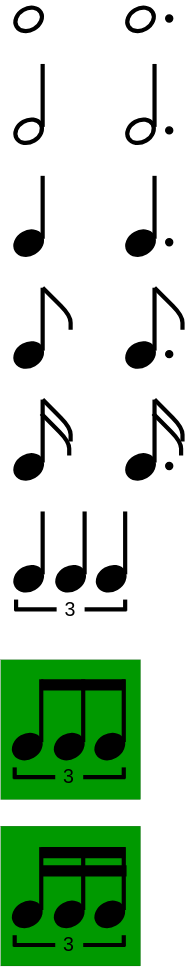
Earlier version of the draw.io export public/functional_harmony/6.drawio.svg (kako-jun/sid-note). Source tidied: cells renumbered, new cells last; positions are measured from the earlier drawing's top-left corner, leaving out a move shared by most shapes.
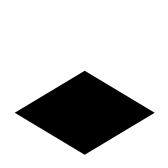
After the change.

Diff of the diagram source:
```diff
@@ -2,332 +2,11 @@
   <root>
     <mxCell id="0" />
     <mxCell id="1" parent="0" />
-    <mxCell id="2" style="whiteSpace=wrap;html=1;fillColor=#009900;strokeWidth=0;" parent="1" vertex="1">
-      <mxGeometry y="585" width="100" height="100" as="geometry" />
+    <mxCell id="2" style="whiteSpace=wrap;html=1;fillColor=none;strokeWidth=0;strokeColor=none;" parent="1" vertex="1">
+      <mxGeometry y="585" width="120" height="120" as="geometry" />
     </mxCell>
-    <mxCell id="3" style="whiteSpace=wrap;html=1;fillColor=#009900;strokeWidth=0;" parent="1" vertex="1">
-      <mxGeometry y="466" width="100" height="100" as="geometry" />
-    </mxCell>
-    <mxCell id="4" style="ellipse;whiteSpace=wrap;html=1;rotation=-30;strokeWidth=3;" parent="1" vertex="1">
-      <mxGeometry x="10" y="0.4" width="20" height="15.5" as="geometry" />
-    </mxCell>
-    <mxCell id="5" style="endArrow=none;html=1;strokeWidth=3;" parent="1" edge="1">
-      <mxGeometry relative="1" as="geometry">
-        <mxPoint x="30" y="85" as="sourcePoint" />
-        <mxPoint x="30" y="40" as="targetPoint" />
-      </mxGeometry>
-    </mxCell>
-    <mxCell id="6" style="ellipse;whiteSpace=wrap;html=1;rotation=-30;strokeWidth=3;" parent="1" vertex="1">
-      <mxGeometry x="10" y="80.4" width="20" height="15.5" as="geometry" />
-    </mxCell>
-    <mxCell id="7" style="endArrow=none;html=1;strokeWidth=3;" parent="1" edge="1">
-      <mxGeometry relative="1" as="geometry">
-        <mxPoint x="30" y="165" as="sourcePoint" />
-        <mxPoint x="30" y="120" as="targetPoint" />
-      </mxGeometry>
-    </mxCell>
-    <mxCell id="8" style="ellipse;whiteSpace=wrap;html=1;rotation=-30;strokeWidth=3;fillColor=#000000;" parent="1" vertex="1">
-      <mxGeometry x="10" y="160.4" width="20" height="15.5" as="geometry" />
-    </mxCell>
-    <mxCell id="9" style="ellipse;whiteSpace=wrap;html=1;rotation=-30;strokeWidth=3;" parent="1" vertex="1">
-      <mxGeometry x="90" y="0.4" width="20" height="15.5" as="geometry" />
-    </mxCell>
-    <mxCell id="10" style="endArrow=none;html=1;strokeWidth=3;" parent="1" edge="1">
-      <mxGeometry relative="1" as="geometry">
-        <mxPoint x="110" y="85" as="sourcePoint" />
-        <mxPoint x="110" y="40" as="targetPoint" />
-      </mxGeometry>
-    </mxCell>
-    <mxCell id="11" style="ellipse;whiteSpace=wrap;html=1;rotation=-30;strokeWidth=3;" parent="1" vertex="1">
-      <mxGeometry x="90" y="80.4" width="20" height="15.5" as="geometry" />
-    </mxCell>
-    <mxCell id="12" style="endArrow=none;html=1;strokeWidth=3;" parent="1" edge="1">
-      <mxGeometry relative="1" as="geometry">
-        <mxPoint x="110" y="165" as="sourcePoint" />
-        <mxPoint x="110" y="120" as="targetPoint" />
-      </mxGeometry>
-    </mxCell>
-    <mxCell id="13" style="ellipse;whiteSpace=wrap;html=1;rotation=-30;strokeWidth=3;fillColor=#000000;" parent="1" vertex="1">
-      <mxGeometry x="90" y="160.4" width="20" height="15.5" as="geometry" />
-    </mxCell>
-    <mxCell id="14" style="ellipse;whiteSpace=wrap;html=1;fillColor=#000000;" parent="1" vertex="1">
-      <mxGeometry x="118" y="5" width="5" height="5" as="geometry" />
-    </mxCell>
-    <mxCell id="15" style="ellipse;whiteSpace=wrap;html=1;fillColor=#000000;" parent="1" vertex="1">
-      <mxGeometry x="118" y="85" width="5" height="5" as="geometry" />
-    </mxCell>
-    <mxCell id="16" style="ellipse;whiteSpace=wrap;html=1;fillColor=#000000;" parent="1" vertex="1">
-      <mxGeometry x="118" y="165" width="5" height="5" as="geometry" />
-    </mxCell>
-    <mxCell id="17" style="endArrow=none;html=1;strokeWidth=3;" parent="1" edge="1">
-      <mxGeometry relative="1" as="geometry">
-        <mxPoint x="30" y="245" as="sourcePoint" />
-        <mxPoint x="30" y="200" as="targetPoint" />
-      </mxGeometry>
-    </mxCell>
-    <mxCell id="18" style="ellipse;whiteSpace=wrap;html=1;rotation=-30;strokeWidth=3;fillColor=#000000;" parent="1" vertex="1">
-      <mxGeometry x="10" y="240.4" width="20" height="15.5" as="geometry" />
-    </mxCell>
-    <mxCell id="19" style="endArrow=none;html=1;strokeWidth=3;" parent="1" edge="1">
-      <mxGeometry relative="1" as="geometry">
-        <mxPoint x="50" y="230" as="sourcePoint" />
-        <mxPoint x="30" y="200" as="targetPoint" />
-        <Array as="points">
-          <mxPoint x="50" y="220" />
-        </Array>
-      </mxGeometry>
-    </mxCell>
-    <mxCell id="20" style="endArrow=none;html=1;strokeWidth=3;" parent="1" edge="1">
-      <mxGeometry relative="1" as="geometry">
-        <mxPoint x="110" y="245" as="sourcePoint" />
-        <mxPoint x="110" y="200" as="targetPoint" />
-      </mxGeometry>
-    </mxCell>
-    <mxCell id="21" style="ellipse;whiteSpace=wrap;html=1;rotation=-30;strokeWidth=3;fillColor=#000000;" parent="1" vertex="1">
-      <mxGeometry x="90" y="240.4" width="20" height="15.5" as="geometry" />
-    </mxCell>
-    <mxCell id="22" style="endArrow=none;html=1;strokeWidth=3;" parent="1" edge="1">
-      <mxGeometry relative="1" as="geometry">
-        <mxPoint x="130" y="230" as="sourcePoint" />
-        <mxPoint x="110" y="200" as="targetPoint" />
-        <Array as="points">
-          <mxPoint x="130" y="220" />
-        </Array>
-      </mxGeometry>
-    </mxCell>
-    <mxCell id="23" style="ellipse;whiteSpace=wrap;html=1;fillColor=#000000;" parent="1" vertex="1">
-      <mxGeometry x="118" y="245" width="5" height="5" as="geometry" />
-    </mxCell>
-    <mxCell id="24" style="endArrow=none;html=1;strokeWidth=3;" parent="1" edge="1">
-      <mxGeometry relative="1" as="geometry">
-        <mxPoint x="30" y="325" as="sourcePoint" />
-        <mxPoint x="30" y="280" as="targetPoint" />
-      </mxGeometry>
-    </mxCell>
-    <mxCell id="25" style="ellipse;whiteSpace=wrap;html=1;rotation=-30;strokeWidth=3;fillColor=#000000;" parent="1" vertex="1">
-      <mxGeometry x="10" y="320.4" width="20" height="15.5" as="geometry" />
-    </mxCell>
-    <mxCell id="26" style="endArrow=none;html=1;strokeWidth=3;" parent="1" edge="1">
-      <mxGeometry relative="1" as="geometry">
-        <mxPoint x="50" y="310" as="sourcePoint" />
-        <mxPoint x="30" y="280" as="targetPoint" />
-        <Array as="points">
-          <mxPoint x="50" y="300" />
-        </Array>
-      </mxGeometry>
-    </mxCell>
-    <mxCell id="27" style="endArrow=none;html=1;strokeWidth=3;" parent="1" edge="1">
-      <mxGeometry relative="1" as="geometry">
-        <mxPoint x="110" y="325" as="sourcePoint" />
-        <mxPoint x="110" y="280" as="targetPoint" />
-      </mxGeometry>
-    </mxCell>
-    <mxCell id="28" style="ellipse;whiteSpace=wrap;html=1;rotation=-30;strokeWidth=3;fillColor=#000000;" parent="1" vertex="1">
-      <mxGeometry x="90" y="320.4" width="20" height="15.5" as="geometry" />
-    </mxCell>
-    <mxCell id="29" style="endArrow=none;html=1;strokeWidth=3;" parent="1" edge="1">
-      <mxGeometry relative="1" as="geometry">
-        <mxPoint x="130" y="310" as="sourcePoint" />
-        <mxPoint x="110" y="280" as="targetPoint" />
-        <Array as="points">
-          <mxPoint x="130" y="300" />
-        </Array>
-      </mxGeometry>
-    </mxCell>
-    <mxCell id="30" style="ellipse;whiteSpace=wrap;html=1;fillColor=#000000;" parent="1" vertex="1">
-      <mxGeometry x="118" y="325" width="5" height="5" as="geometry" />
-    </mxCell>
-    <mxCell id="31" style="endArrow=none;html=1;strokeWidth=3;" parent="1" edge="1">
-      <mxGeometry relative="1" as="geometry">
-        <mxPoint x="49" y="320" as="sourcePoint" />
-        <mxPoint x="29" y="290" as="targetPoint" />
-        <Array as="points">
-          <mxPoint x="49" y="310" />
-        </Array>
-      </mxGeometry>
-    </mxCell>
-    <mxCell id="32" style="endArrow=none;html=1;strokeWidth=3;" parent="1" edge="1">
-      <mxGeometry relative="1" as="geometry">
-        <mxPoint x="129" y="320" as="sourcePoint" />
-        <mxPoint x="109" y="290" as="targetPoint" />
-        <Array as="points">
-          <mxPoint x="129" y="310" />
-        </Array>
-      </mxGeometry>
-    </mxCell>
-    <mxCell id="33" style="endArrow=none;html=1;strokeWidth=3;" parent="1" edge="1">
-      <mxGeometry relative="1" as="geometry">
-        <mxPoint x="30" y="405" as="sourcePoint" />
-        <mxPoint x="30" y="360" as="targetPoint" />
-      </mxGeometry>
-    </mxCell>
-    <mxCell id="34" style="ellipse;whiteSpace=wrap;html=1;rotation=-30;strokeWidth=3;fillColor=#000000;" parent="1" vertex="1">
-      <mxGeometry x="10" y="400.4" width="20" height="15.5" as="geometry" />
-    </mxCell>
-    <mxCell id="35" style="endArrow=none;html=1;strokeWidth=3;" parent="1" edge="1">
-      <mxGeometry relative="1" as="geometry">
-        <mxPoint x="60" y="405" as="sourcePoint" />
-        <mxPoint x="60" y="360" as="targetPoint" />
-      </mxGeometry>
-    </mxCell>
-    <mxCell id="36" style="ellipse;whiteSpace=wrap;html=1;rotation=-30;strokeWidth=3;fillColor=#000000;" parent="1" vertex="1">
-      <mxGeometry x="40" y="400.4" width="20" height="15.5" as="geometry" />
-    </mxCell>
-    <mxCell id="37" style="endArrow=none;html=1;strokeWidth=3;" parent="1" edge="1">
-      <mxGeometry relative="1" as="geometry">
-        <mxPoint x="89" y="405" as="sourcePoint" />
-        <mxPoint x="89" y="360" as="targetPoint" />
-      </mxGeometry>
-    </mxCell>
-    <mxCell id="38" style="ellipse;whiteSpace=wrap;html=1;rotation=-30;strokeWidth=3;fillColor=#000000;" parent="1" vertex="1">
-      <mxGeometry x="69" y="400.4" width="20" height="15.5" as="geometry" />
-    </mxCell>
-    <mxCell id="39" style="endArrow=none;html=1;strokeWidth=3;exitX=0;exitY=0.5;exitDx=0;exitDy=0;" parent="1" edge="1" source="42">
-      <mxGeometry relative="1" as="geometry">
-        <mxPoint x="10" y="430" as="targetPoint" />
-      </mxGeometry>
-    </mxCell>
-    <mxCell id="40" style="endArrow=none;html=1;strokeWidth=3;endSize=6;" parent="1" edge="1">
-      <mxGeometry relative="1" as="geometry">
-        <mxPoint x="11" y="431" as="sourcePoint" />
-        <mxPoint x="11" y="423" as="targetPoint" />
-      </mxGeometry>
-    </mxCell>
-    <mxCell id="41" style="endArrow=none;html=1;strokeWidth=3;endSize=6;" parent="1" edge="1">
-      <mxGeometry relative="1" as="geometry">
-        <mxPoint x="89" y="431" as="sourcePoint" />
-        <mxPoint x="89" y="423" as="targetPoint" />
-      </mxGeometry>
-    </mxCell>
-    <mxCell id="42" value="3" style="text;html=1;align=center;verticalAlign=middle;whiteSpace=wrap;rounded=0;fontSize=14;" parent="1" vertex="1">
-      <mxGeometry x="40" y="415" width="20" height="30" as="geometry" />
-    </mxCell>
-    <mxCell id="43" style="endArrow=none;html=1;strokeWidth=3;entryX=1;entryY=0.5;entryDx=0;entryDy=0;" parent="1" edge="1" target="42">
-      <mxGeometry relative="1" as="geometry">
-        <mxPoint x="90" y="430" as="sourcePoint" />
-      </mxGeometry>
-    </mxCell>
-    <mxCell id="44" style="endArrow=none;html=1;strokeWidth=3;" parent="1" edge="1">
-      <mxGeometry relative="1" as="geometry">
-        <mxPoint x="29" y="525" as="sourcePoint" />
-        <mxPoint x="29" y="480" as="targetPoint" />
-      </mxGeometry>
-    </mxCell>
-    <mxCell id="45" style="ellipse;whiteSpace=wrap;html=1;rotation=-30;strokeWidth=3;fillColor=#000000;" parent="1" vertex="1">
-      <mxGeometry x="9" y="520.4" width="20" height="15.5" as="geometry" />
-    </mxCell>
-    <mxCell id="46" style="endArrow=none;html=1;strokeWidth=3;" parent="1" edge="1">
-      <mxGeometry relative="1" as="geometry">
-        <mxPoint x="59" y="525" as="sourcePoint" />
-        <mxPoint x="59" y="480" as="targetPoint" />
-      </mxGeometry>
-    </mxCell>
-    <mxCell id="47" style="ellipse;whiteSpace=wrap;html=1;rotation=-30;strokeWidth=3;fillColor=#000000;" parent="1" vertex="1">
-      <mxGeometry x="39" y="520.4" width="20" height="15.5" as="geometry" />
-    </mxCell>
-    <mxCell id="48" style="endArrow=none;html=1;strokeWidth=3;" parent="1" edge="1">
-      <mxGeometry relative="1" as="geometry">
-        <mxPoint x="88" y="525" as="sourcePoint" />
-        <mxPoint x="88" y="480" as="targetPoint" />
-      </mxGeometry>
-    </mxCell>
-    <mxCell id="49" style="ellipse;whiteSpace=wrap;html=1;rotation=-30;strokeWidth=3;fillColor=#000000;" parent="1" vertex="1">
-      <mxGeometry x="68" y="520.4" width="20" height="15.5" as="geometry" />
-    </mxCell>
-    <mxCell id="50" style="endArrow=none;html=1;strokeWidth=3;exitX=0;exitY=0.5;exitDx=0;exitDy=0;" parent="1" edge="1" source="53">
-      <mxGeometry relative="1" as="geometry">
-        <mxPoint x="9" y="550" as="targetPoint" />
-      </mxGeometry>
-    </mxCell>
-    <mxCell id="51" style="endArrow=none;html=1;strokeWidth=3;endSize=6;" parent="1" edge="1">
-      <mxGeometry relative="1" as="geometry">
-        <mxPoint x="10" y="551" as="sourcePoint" />
-        <mxPoint x="10" y="543" as="targetPoint" />
-      </mxGeometry>
-    </mxCell>
-    <mxCell id="52" style="endArrow=none;html=1;strokeWidth=3;endSize=6;" parent="1" edge="1">
-      <mxGeometry relative="1" as="geometry">
-        <mxPoint x="88" y="551" as="sourcePoint" />
-        <mxPoint x="88" y="543" as="targetPoint" />
-      </mxGeometry>
-    </mxCell>
-    <mxCell id="53" value="3" style="text;html=1;align=center;verticalAlign=middle;whiteSpace=wrap;rounded=0;fontSize=14;" parent="1" vertex="1">
-      <mxGeometry x="39" y="535" width="20" height="30" as="geometry" />
-    </mxCell>
-    <mxCell id="54" style="endArrow=none;html=1;strokeWidth=3;entryX=1;entryY=0.5;entryDx=0;entryDy=0;" parent="1" edge="1" target="53">
-      <mxGeometry relative="1" as="geometry">
-        <mxPoint x="89" y="550" as="sourcePoint" />
-      </mxGeometry>
-    </mxCell>
-    <mxCell id="55" style="endArrow=none;html=1;strokeWidth=8;" parent="1" edge="1">
-      <mxGeometry relative="1" as="geometry">
-        <mxPoint x="89" y="484" as="sourcePoint" />
-        <mxPoint x="29" y="484" as="targetPoint" />
-      </mxGeometry>
-    </mxCell>
-    <mxCell id="56" style="endArrow=none;html=1;strokeWidth=3;" parent="1" edge="1">
-      <mxGeometry relative="1" as="geometry">
-        <mxPoint x="29" y="645" as="sourcePoint" />
-        <mxPoint x="29" y="600" as="targetPoint" />
-      </mxGeometry>
-    </mxCell>
-    <mxCell id="57" style="ellipse;whiteSpace=wrap;html=1;rotation=-30;strokeWidth=3;fillColor=#000000;" parent="1" vertex="1">
-      <mxGeometry x="9" y="640.4" width="20" height="15.5" as="geometry" />
-    </mxCell>
-    <mxCell id="58" style="endArrow=none;html=1;strokeWidth=3;" parent="1" edge="1">
-      <mxGeometry relative="1" as="geometry">
-        <mxPoint x="59" y="645" as="sourcePoint" />
-        <mxPoint x="59" y="600" as="targetPoint" />
-      </mxGeometry>
-    </mxCell>
-    <mxCell id="59" style="ellipse;whiteSpace=wrap;html=1;rotation=-30;strokeWidth=3;fillColor=#000000;" parent="1" vertex="1">
-      <mxGeometry x="39" y="640.4" width="20" height="15.5" as="geometry" />
-    </mxCell>
-    <mxCell id="60" style="endArrow=none;html=1;strokeWidth=3;" parent="1" edge="1">
-      <mxGeometry relative="1" as="geometry">
-        <mxPoint x="88" y="645" as="sourcePoint" />
-        <mxPoint x="88" y="600" as="targetPoint" />
-      </mxGeometry>
-    </mxCell>
-    <mxCell id="61" style="ellipse;whiteSpace=wrap;html=1;rotation=-30;strokeWidth=3;fillColor=#000000;" parent="1" vertex="1">
-      <mxGeometry x="68" y="640.4" width="20" height="15.5" as="geometry" />
-    </mxCell>
-    <mxCell id="62" style="endArrow=none;html=1;strokeWidth=3;exitX=0;exitY=0.5;exitDx=0;exitDy=0;" parent="1" edge="1" source="65">
-      <mxGeometry relative="1" as="geometry">
-        <mxPoint x="9" y="670" as="targetPoint" />
-      </mxGeometry>
-    </mxCell>
-    <mxCell id="63" style="endArrow=none;html=1;strokeWidth=3;endSize=6;" parent="1" edge="1">
-      <mxGeometry relative="1" as="geometry">
-        <mxPoint x="10" y="671" as="sourcePoint" />
-        <mxPoint x="10" y="663" as="targetPoint" />
-      </mxGeometry>
-    </mxCell>
-    <mxCell id="64" style="endArrow=none;html=1;strokeWidth=3;endSize=6;" parent="1" edge="1">
-      <mxGeometry relative="1" as="geometry">
-        <mxPoint x="88" y="671" as="sourcePoint" />
-        <mxPoint x="88" y="663" as="targetPoint" />
-      </mxGeometry>
-    </mxCell>
-    <mxCell id="65" value="3" style="text;html=1;align=center;verticalAlign=middle;whiteSpace=wrap;rounded=0;fontSize=14;" parent="1" vertex="1">
-      <mxGeometry x="39" y="655" width="20" height="30" as="geometry" />
-    </mxCell>
-    <mxCell id="66" style="endArrow=none;html=1;strokeWidth=3;entryX=1;entryY=0.5;entryDx=0;entryDy=0;" parent="1" edge="1" target="65">
-      <mxGeometry relative="1" as="geometry">
-        <mxPoint x="89" y="670" as="sourcePoint" />
-      </mxGeometry>
-    </mxCell>
-    <mxCell id="67" style="endArrow=none;html=1;strokeWidth=8;" parent="1" edge="1">
-      <mxGeometry relative="1" as="geometry">
-        <mxPoint x="89" y="604" as="sourcePoint" />
-        <mxPoint x="29" y="604" as="targetPoint" />
-      </mxGeometry>
-    </mxCell>
-    <mxCell id="68" style="endArrow=none;html=1;strokeWidth=8;" parent="1" edge="1">
-      <mxGeometry relative="1" as="geometry">
-        <mxPoint x="90" y="617" as="sourcePoint" />
-        <mxPoint x="30" y="617" as="targetPoint" />
-      </mxGeometry>
-    </mxCell>
+    <mxCell id="69" style="rhombus;whiteSpace=wrap;html=1;fillColor=#000000;strokeColor=none;" parent="1" vertex="1">
+      <mxGeometry x="10" y="635" width="100" height="60" as="geometry" />
+    </mxCell>
   </root>
 </mxGraphModel>
```
